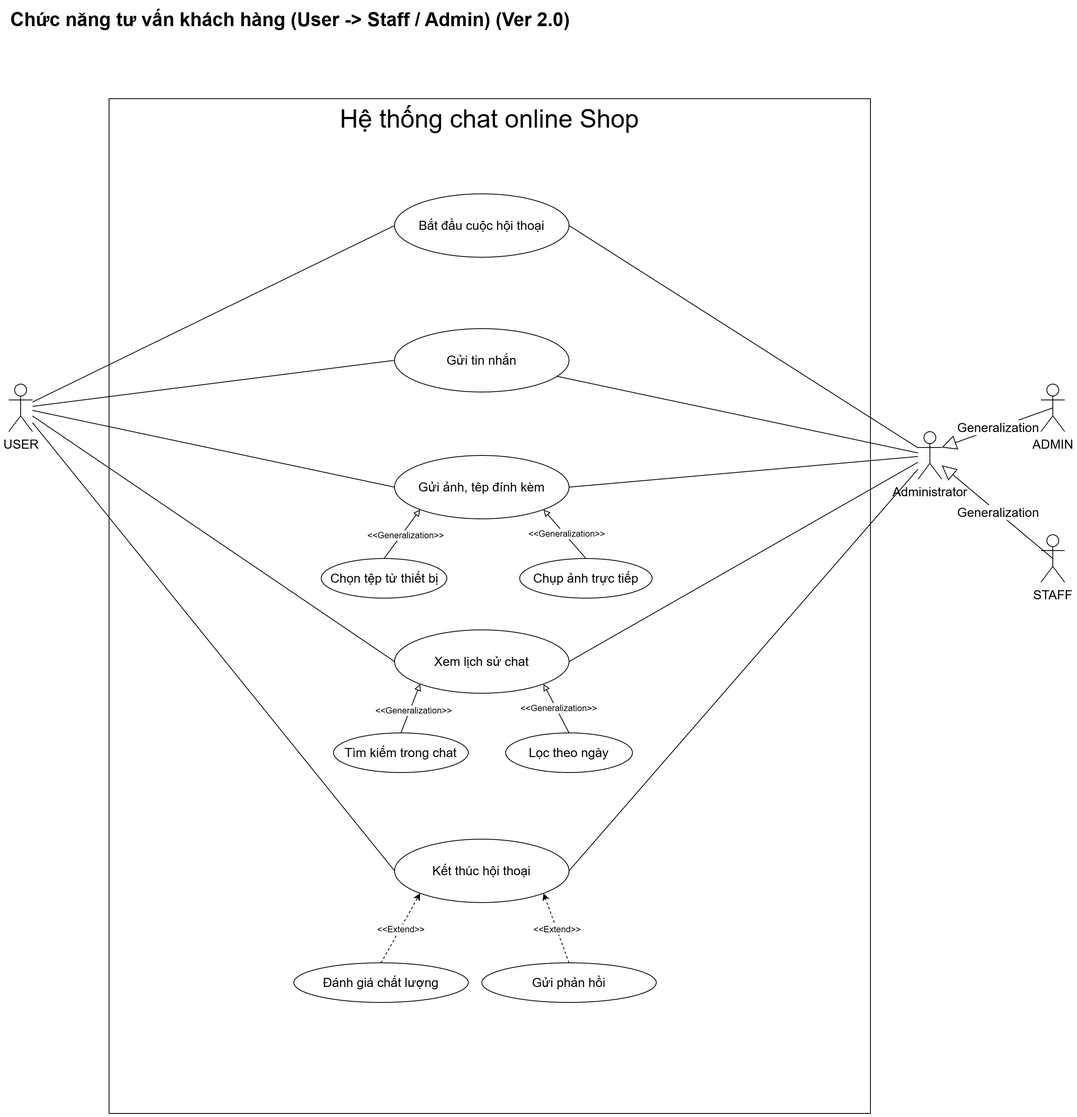
The draw.io diagram usecase/UseCase_Advice.png in hungtran3011/SAD-uml, before a commit. Source tidied: cells renumbered, new cells last; positions are measured from the earlier drawing's top-left corner, leaving out a move shared by most shapes. Source of this version:
```xml
<mxGraphModel>
  <root>
    <mxCell id="0" />
    <mxCell id="1" parent="0" />
    <mxCell id="2" value="&lt;span style=&quot;font-size: 32px;&quot;&gt;Hệ thống chat online Shop&lt;/span&gt;" style="rounded=0;whiteSpace=wrap;html=1;verticalAlign=top;fontSize=24;" parent="1" vertex="1">
      <mxGeometry x="127" y="120" width="960" height="1280" as="geometry" />
    </mxCell>
    <mxCell id="3" value="&lt;h1 style=&quot;margin-top: 0px;&quot;&gt;Chức năng tư vấn khách hàng (User -&amp;gt; Staff / Admin) (Ver 2.0)&lt;/h1&gt;" style="text;html=1;whiteSpace=wrap;overflow=hidden;rounded=0;" parent="1" vertex="1">
      <mxGeometry x="0.5" width="748.2" height="40" as="geometry" />
    </mxCell>
    <mxCell id="4" style="edgeStyle=none;rounded=0;jettySize=auto;html=1;entryX=0;entryY=0.5;entryDx=0;entryDy=0;endArrow=none;startFill=0;" parent="1" edge="1" source="9" target="20">
      <mxGeometry relative="1" as="geometry" />
    </mxCell>
    <mxCell id="5" style="edgeStyle=none;rounded=0;jettySize=auto;html=1;entryX=0;entryY=0.5;entryDx=0;entryDy=0;endArrow=none;startFill=0;" parent="1" edge="1" source="9" target="21">
      <mxGeometry relative="1" as="geometry" />
    </mxCell>
    <mxCell id="6" style="edgeStyle=none;rounded=0;jettySize=auto;html=1;entryX=0;entryY=0.5;entryDx=0;entryDy=0;endArrow=none;startFill=0;" parent="1" edge="1" source="9" target="22">
      <mxGeometry relative="1" as="geometry" />
    </mxCell>
    <mxCell id="7" style="edgeStyle=none;rounded=0;jettySize=auto;html=1;entryX=0;entryY=0.5;entryDx=0;entryDy=0;endArrow=none;startFill=0;" parent="1" edge="1" source="9" target="23">
      <mxGeometry relative="1" as="geometry" />
    </mxCell>
    <mxCell id="8" style="edgeStyle=none;rounded=0;jettySize=auto;html=1;entryX=0;entryY=0.5;entryDx=0;entryDy=0;endArrow=none;startFill=0;" parent="1" edge="1" source="9" target="24">
      <mxGeometry relative="1" as="geometry" />
    </mxCell>
    <mxCell id="9" value="USER" style="shape=umlActor;verticalLabelPosition=bottom;verticalAlign=top;html=1;outlineConnect=0;fontSize=16;" parent="1" vertex="1">
      <mxGeometry x="0.5" y="480" width="30" height="60" as="geometry" />
    </mxCell>
    <mxCell id="10" style="edgeStyle=none;rounded=0;jettySize=auto;html=1;entryX=1;entryY=0.5;entryDx=0;entryDy=0;endArrow=none;startFill=0;" parent="1" edge="1" source="15" target="20">
      <mxGeometry relative="1" as="geometry" />
    </mxCell>
    <mxCell id="11" style="edgeStyle=none;rounded=0;jettySize=auto;html=1;endArrow=none;startFill=0;" parent="1" edge="1" source="15" target="21">
      <mxGeometry relative="1" as="geometry" />
    </mxCell>
    <mxCell id="12" style="edgeStyle=none;rounded=0;jettySize=auto;html=1;entryX=1;entryY=0.5;entryDx=0;entryDy=0;endArrow=none;startFill=0;" parent="1" edge="1" source="15" target="22">
      <mxGeometry relative="1" as="geometry" />
    </mxCell>
    <mxCell id="13" style="edgeStyle=none;rounded=0;jettySize=auto;html=1;entryX=1;entryY=0.5;entryDx=0;entryDy=0;endArrow=none;startFill=0;" parent="1" edge="1" source="15" target="23">
      <mxGeometry relative="1" as="geometry" />
    </mxCell>
    <mxCell id="14" style="edgeStyle=none;rounded=0;jettySize=auto;html=1;entryX=1;entryY=0.5;entryDx=0;entryDy=0;endArrow=none;startFill=0;" parent="1" edge="1" source="15" target="24">
      <mxGeometry relative="1" as="geometry" />
    </mxCell>
    <mxCell id="15" value="Administrator" style="shape=umlActor;verticalLabelPosition=bottom;verticalAlign=top;html=1;outlineConnect=0;fontSize=16;" parent="1" vertex="1">
      <mxGeometry x="1147" y="540" width="30" height="60" as="geometry" />
    </mxCell>
    <mxCell id="16" value="ADMIN" style="shape=umlActor;verticalLabelPosition=bottom;verticalAlign=top;html=1;outlineConnect=0;fontSize=16;" parent="1" vertex="1">
      <mxGeometry x="1302" y="480" width="30" height="60" as="geometry" />
    </mxCell>
    <mxCell id="17" value="STAFF" style="shape=umlActor;verticalLabelPosition=bottom;verticalAlign=top;html=1;outlineConnect=0;fontSize=16;" parent="1" vertex="1">
      <mxGeometry x="1302" y="670" width="30" height="60" as="geometry" />
    </mxCell>
    <mxCell id="18" value="Generalization" style="endArrow=block;endSize=16;endFill=0;html=1;rounded=0;exitX=0.5;exitY=0.5;exitDx=0;exitDy=0;exitPerimeter=0;fontSize=16;entryX=1;entryY=0.3333333333333333;entryDx=0;entryDy=0;entryPerimeter=0;" parent="1" edge="1" source="16" target="15">
      <mxGeometry relative="1" as="geometry" />
    </mxCell>
    <mxCell id="19" value="Generalization" style="endArrow=block;endSize=16;endFill=0;html=1;rounded=0;exitX=0.5;exitY=0.5;exitDx=0;exitDy=0;exitPerimeter=0;fontSize=16;" parent="1" edge="1" source="17" target="15">
      <mxGeometry relative="1" as="geometry" />
    </mxCell>
    <mxCell id="20" value="Bắt đầu cuộc hội thoại" style="ellipse;whiteSpace=wrap;html=1;fontSize=16;" parent="1" vertex="1">
      <mxGeometry x="487" y="240" width="220" height="80" as="geometry" />
    </mxCell>
    <mxCell id="21" value="Gửi tin nhắn" style="ellipse;whiteSpace=wrap;html=1;fontSize=16;" parent="1" vertex="1">
      <mxGeometry x="487" y="410" width="220" height="80" as="geometry" />
    </mxCell>
    <mxCell id="22" value="Gửi ảnh, têp đính kèm" style="ellipse;whiteSpace=wrap;html=1;fontSize=16;" parent="1" vertex="1">
      <mxGeometry x="487" y="570" width="220" height="80" as="geometry" />
    </mxCell>
    <mxCell id="23" value="Xem lịch sử chat" style="ellipse;whiteSpace=wrap;html=1;fontSize=16;" parent="1" vertex="1">
      <mxGeometry x="487" y="790" width="220" height="80" as="geometry" />
    </mxCell>
    <mxCell id="24" value="Kết thúc hội thoại" style="ellipse;whiteSpace=wrap;html=1;fontSize=16;" parent="1" vertex="1">
      <mxGeometry x="487" y="1054" width="220" height="80" as="geometry" />
    </mxCell>
    <mxCell id="25" value="Chọn tệp từ thiết bị" style="ellipse;whiteSpace=wrap;html=1;fontSize=16;" parent="1" vertex="1">
      <mxGeometry x="394.5" y="700" width="158.5" height="50" as="geometry" />
    </mxCell>
    <mxCell id="26" value="Chụp ảnh trực tiếp" style="ellipse;whiteSpace=wrap;html=1;fontSize=16;" parent="1" vertex="1">
      <mxGeometry x="644.8" y="700" width="167" height="50" as="geometry" />
    </mxCell>
    <mxCell id="27" style="edgeStyle=none;rounded=0;jettySize=auto;html=1;entryX=0.5;entryY=0;entryDx=0;entryDy=0;exitX=0;exitY=1;exitDx=0;exitDy=0;endArrow=none;startFill=0;startArrow=block;" parent="1" edge="1" source="22" target="25">
      <mxGeometry relative="1" as="geometry" />
    </mxCell>
    <mxCell id="28" value="&amp;lt;&amp;lt;Generalization&amp;gt;&amp;gt;" style="edgeLabel;html=1;align=center;verticalAlign=middle;" parent="27" vertex="1">
      <mxGeometry x="-0.04" y="2" relative="1" as="geometry" />
    </mxCell>
    <mxCell id="29" style="edgeStyle=none;rounded=0;jettySize=auto;html=1;entryX=0.5;entryY=0;entryDx=0;entryDy=0;exitX=1;exitY=1;exitDx=0;exitDy=0;endArrow=none;startFill=0;startArrow=block;" parent="1" edge="1" source="22" target="26">
      <mxGeometry relative="1" as="geometry" />
    </mxCell>
    <mxCell id="30" value="&amp;lt;&amp;lt;Generalization&amp;gt;&amp;gt;" style="edgeLabel;html=1;align=center;verticalAlign=middle;" parent="29" vertex="1">
      <mxGeometry x="-0.04" y="2" relative="1" as="geometry" />
    </mxCell>
    <mxCell id="31" value="Tìm kiếm trong chat" style="ellipse;whiteSpace=wrap;html=1;fontSize=16;" parent="1" vertex="1">
      <mxGeometry x="410" y="920" width="170" height="50" as="geometry" />
    </mxCell>
    <mxCell id="32" value="Lọc theo ngày" style="ellipse;whiteSpace=wrap;html=1;fontSize=16;" parent="1" vertex="1">
      <mxGeometry x="627" y="920" width="160" height="50" as="geometry" />
    </mxCell>
    <mxCell id="33" style="edgeStyle=none;rounded=0;jettySize=auto;html=1;entryX=0.5;entryY=0;entryDx=0;entryDy=0;exitX=0;exitY=1;exitDx=0;exitDy=0;endArrow=none;startFill=0;startArrow=block;" parent="1" edge="1" source="23" target="31">
      <mxGeometry relative="1" as="geometry" />
    </mxCell>
    <mxCell id="34" value="&amp;lt;&amp;lt;Generalization&amp;gt;&amp;gt;" style="edgeLabel;html=1;align=center;verticalAlign=middle;" parent="33" vertex="1">
      <mxGeometry x="-0.04" y="2" relative="1" as="geometry" />
    </mxCell>
    <mxCell id="35" style="edgeStyle=none;rounded=0;jettySize=auto;html=1;entryX=0.5;entryY=0;entryDx=0;entryDy=0;exitX=1;exitY=1;exitDx=0;exitDy=0;endArrow=none;startFill=0;startArrow=block;" parent="1" edge="1" source="23" target="32">
      <mxGeometry relative="1" as="geometry" />
    </mxCell>
    <mxCell id="36" value="&amp;lt;&amp;lt;Generalization&amp;gt;&amp;gt;" style="edgeLabel;html=1;align=center;verticalAlign=middle;" parent="35" vertex="1">
      <mxGeometry x="-0.04" y="2" relative="1" as="geometry" />
    </mxCell>
    <mxCell id="37" value="Đánh giá chất lượng" style="ellipse;whiteSpace=wrap;html=1;fontSize=16;" parent="1" vertex="1">
      <mxGeometry x="360" y="1210" width="220" height="50" as="geometry" />
    </mxCell>
    <mxCell id="38" value="Gửi phản hồi" style="ellipse;whiteSpace=wrap;html=1;fontSize=16;" parent="1" vertex="1">
      <mxGeometry x="597" y="1210" width="220" height="50" as="geometry" />
    </mxCell>
    <mxCell id="39" style="edgeStyle=none;rounded=0;jettySize=auto;html=1;entryX=0;entryY=1;entryDx=0;entryDy=0;dashed=1;exitX=0.5;exitY=0;exitDx=0;exitDy=0;" parent="1" edge="1" source="37" target="24">
      <mxGeometry relative="1" as="geometry" />
    </mxCell>
    <mxCell id="40" value="&amp;lt;&amp;lt;Extend&amp;gt;&amp;gt;" style="edgeLabel;html=1;align=center;verticalAlign=middle;" parent="39" vertex="1">
      <mxGeometry x="-0.01" y="1" relative="1" as="geometry" />
    </mxCell>
    <mxCell id="41" style="edgeStyle=none;rounded=0;jettySize=auto;html=1;entryX=1;entryY=1;entryDx=0;entryDy=0;dashed=1;exitX=0.5;exitY=0;exitDx=0;exitDy=0;" parent="1" edge="1" source="38" target="24">
      <mxGeometry relative="1" as="geometry" />
    </mxCell>
    <mxCell id="42" value="&amp;lt;&amp;lt;Extend&amp;gt;&amp;gt;" style="edgeLabel;html=1;align=center;verticalAlign=middle;" parent="41" vertex="1">
      <mxGeometry x="-0.01" y="1" relative="1" as="geometry" />
    </mxCell>
  </root>
</mxGraphModel>
```
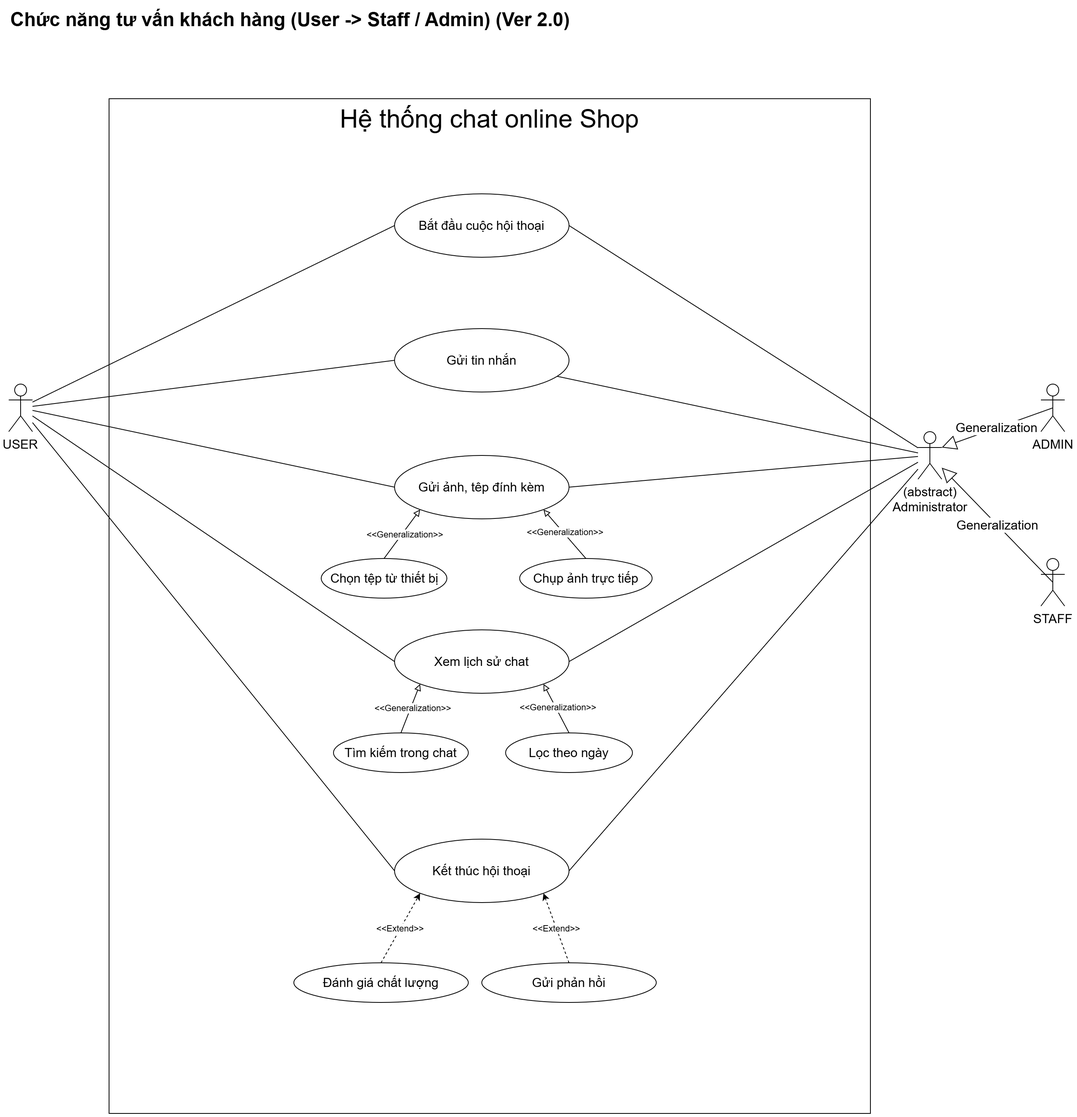
The same file after the commit.

Commit message:
update use case

What changed in the source:
```diff
@@ -41,14 +41,14 @@
     <mxCell id="14" style="edgeStyle=none;rounded=0;jettySize=auto;html=1;entryX=1;entryY=0.5;entryDx=0;entryDy=0;endArrow=none;startFill=0;" parent="1" edge="1" source="15" target="24">
       <mxGeometry relative="1" as="geometry" />
     </mxCell>
-    <mxCell id="15" value="Administrator" style="shape=umlActor;verticalLabelPosition=bottom;verticalAlign=top;html=1;outlineConnect=0;fontSize=16;" parent="1" vertex="1">
+    <mxCell id="15" value="(abstract)&lt;div&gt;Administrator&lt;/div&gt;" style="shape=umlActor;verticalLabelPosition=bottom;verticalAlign=top;html=1;outlineConnect=0;fontSize=16;" parent="1" vertex="1">
       <mxGeometry x="1147" y="540" width="30" height="60" as="geometry" />
     </mxCell>
     <mxCell id="16" value="ADMIN" style="shape=umlActor;verticalLabelPosition=bottom;verticalAlign=top;html=1;outlineConnect=0;fontSize=16;" parent="1" vertex="1">
       <mxGeometry x="1302" y="480" width="30" height="60" as="geometry" />
     </mxCell>
     <mxCell id="17" value="STAFF" style="shape=umlActor;verticalLabelPosition=bottom;verticalAlign=top;html=1;outlineConnect=0;fontSize=16;" parent="1" vertex="1">
-      <mxGeometry x="1302" y="670" width="30" height="60" as="geometry" />
+      <mxGeometry x="1302" y="700" width="30" height="60" as="geometry" />
     </mxCell>
     <mxCell id="18" value="Generalization" style="endArrow=block;endSize=16;endFill=0;html=1;rounded=0;exitX=0.5;exitY=0.5;exitDx=0;exitDy=0;exitPerimeter=0;fontSize=16;entryX=1;entryY=0.3333333333333333;entryDx=0;entryDy=0;entryPerimeter=0;" parent="1" edge="1" source="16" target="15">
       <mxGeometry relative="1" as="geometry" />
```
